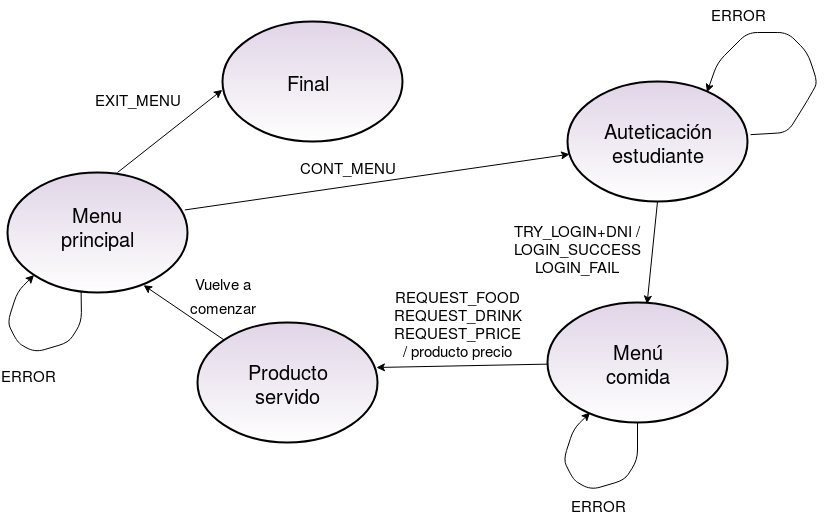
Above: Practica_def/img/diagrama_estados.png in paula1999/FR (draw.io), before the change. Source tidied: cells renumbered, new cells last; positions are measured from the earlier drawing's top-left corner, leaving out a move shared by most shapes. The source it was exported from:
```xml
<mxGraphModel>
  <root>
    <mxCell id="0" />
    <mxCell id="1" parent="0" />
    <mxCell id="2" style="ellipse;whiteSpace=wrap;html=1;strokeWidth=2;fillColor=#e1d5e7;strokeColor=#000000;gradientColor=#ffffff;gradientDirection=south;" parent="1" vertex="1">
      <mxGeometry y="171" width="180" height="120" as="geometry" />
    </mxCell>
    <mxCell id="3" style="ellipse;whiteSpace=wrap;html=1;strokeWidth=2;fillColor=#e1d5e7;strokeColor=#000000;gradientColor=#ffffff;gradientDirection=south;" parent="1" vertex="1">
      <mxGeometry x="215" y="20" width="180" height="120" as="geometry" />
    </mxCell>
    <mxCell id="4" style="ellipse;whiteSpace=wrap;html=1;strokeWidth=2;fillColor=#e1d5e7;strokeColor=#000000;gradientColor=#ffffff;gradientDirection=south;shadow=0;" parent="1" vertex="1">
      <mxGeometry x="560" y="80" width="180" height="120" as="geometry" />
    </mxCell>
    <mxCell id="5" style="ellipse;whiteSpace=wrap;html=1;strokeWidth=2;fillColor=#e1d5e7;strokeColor=#000000;gradientColor=#ffffff;gradientDirection=south;" parent="1" vertex="1">
      <mxGeometry x="190" y="321" width="180" height="120" as="geometry" />
    </mxCell>
    <mxCell id="6" style="ellipse;whiteSpace=wrap;html=1;strokeWidth=2;fillColor=#e1d5e7;strokeColor=#000000;gradientColor=#ffffff;gradientDirection=south;" parent="1" vertex="1">
      <mxGeometry x="540" y="301" width="180" height="120" as="geometry" />
    </mxCell>
    <mxCell id="7" value="&lt;div style=&quot;font-size: 20px&quot;&gt;&lt;font style=&quot;font-size: 20px&quot;&gt;Menu principal&lt;/font&gt;&lt;/div&gt;&lt;div style=&quot;font-size: 20px&quot;&gt;&lt;font style=&quot;font-size: 20px&quot;&gt;&lt;br&gt;&lt;/font&gt;&lt;/div&gt;" style="text;html=1;strokeColor=none;fillColor=none;align=center;verticalAlign=middle;whiteSpace=wrap;rounded=0;shadow=0;fontSize=16;" parent="1" vertex="1">
      <mxGeometry x="70" y="221" width="40" height="30" as="geometry" />
    </mxCell>
    <mxCell id="8" value="&lt;font style=&quot;font-size: 20px&quot;&gt;Final&lt;/font&gt;" style="text;html=1;strokeColor=none;fillColor=none;align=center;verticalAlign=middle;whiteSpace=wrap;rounded=0;shadow=0;fontSize=16;" parent="1" vertex="1">
      <mxGeometry x="280" y="65" width="40" height="30" as="geometry" />
    </mxCell>
    <mxCell id="9" value="Producto servido" style="text;html=1;strokeColor=none;fillColor=none;align=center;verticalAlign=middle;whiteSpace=wrap;rounded=0;shadow=0;fontSize=20;" parent="1" vertex="1">
      <mxGeometry x="260" y="366" width="40" height="30" as="geometry" />
    </mxCell>
    <mxCell id="10" value="Auteticación estudiante" style="text;html=1;strokeColor=none;fillColor=none;align=center;verticalAlign=middle;whiteSpace=wrap;rounded=0;shadow=0;fontSize=20;" parent="1" vertex="1">
      <mxGeometry x="630" y="125" width="40" height="30" as="geometry" />
    </mxCell>
    <mxCell id="11" value="Menú comida" style="text;html=1;strokeColor=none;fillColor=none;align=center;verticalAlign=middle;whiteSpace=wrap;rounded=0;shadow=0;fontSize=20;" parent="1" vertex="1">
      <mxGeometry x="610" y="346" width="40" height="30" as="geometry" />
    </mxCell>
    <mxCell id="12" style="endArrow=classic;startArrow=none;html=1;fontSize=20;entryX=0;entryY=1;entryDx=0;entryDy=0;exitX=0.409;exitY=0.988;exitDx=0;exitDy=0;exitPerimeter=0;verticalAlign=middle;startFill=0;" parent="1" edge="1" source="2" target="2">
      <mxGeometry relative="1" as="geometry">
        <Array as="points">
          <mxPoint x="74" y="321" />
          <mxPoint x="61" y="341" />
          <mxPoint x="27" y="351" />
          <mxPoint x="10" y="341" />
          <mxPoint y="321" />
          <mxPoint x="10" y="290" />
        </Array>
      </mxGeometry>
    </mxCell>
    <mxCell id="13" style="endArrow=classic;startArrow=none;html=1;fontSize=20;entryX=0;entryY=1;entryDx=0;entryDy=0;exitX=0.5;exitY=1;exitDx=0;exitDy=0;exitPerimeter=0;verticalAlign=middle;startFill=0;" parent="1" edge="1" source="6">
      <mxGeometry relative="1" as="geometry">
        <mxPoint x="582.6" y="411.1" as="targetPoint" />
        <Array as="points">
          <mxPoint x="630" y="458.5" />
          <mxPoint x="617" y="478.5" />
          <mxPoint x="583" y="488.5" />
          <mxPoint x="566" y="478.5" />
          <mxPoint x="556" y="458.5" />
          <mxPoint x="566" y="427.5" />
        </Array>
      </mxGeometry>
    </mxCell>
    <mxCell id="14" style="endArrow=classic;startArrow=none;html=1;fontSize=20;entryX=0.775;entryY=0.09;entryDx=0;entryDy=0;exitX=1.017;exitY=0.443;exitDx=0;exitDy=0;exitPerimeter=0;verticalAlign=middle;startFill=0;entryPerimeter=0;" parent="1" edge="1" source="4" target="4">
      <mxGeometry relative="1" as="geometry">
        <Array as="points">
          <mxPoint x="780" y="131" />
          <mxPoint x="800" y="99" />
          <mxPoint x="810" y="81" />
          <mxPoint x="800" y="51" />
          <mxPoint x="780" y="31" />
          <mxPoint x="740" y="31" />
          <mxPoint x="710" y="61" />
        </Array>
      </mxGeometry>
    </mxCell>
    <mxCell id="15" style="endArrow=classic;html=1;fontSize=20;entryX=-0.001;entryY=0.57;entryDx=0;entryDy=0;entryPerimeter=0;" parent="1" edge="1" target="3">
      <mxGeometry relative="1" as="geometry">
        <mxPoint x="110" y="171" as="sourcePoint" />
      </mxGeometry>
    </mxCell>
    <mxCell id="16" style="endArrow=classic;html=1;fontSize=20;exitX=0.985;exitY=0.312;exitDx=0;exitDy=0;exitPerimeter=0;" parent="1" edge="1" source="2" target="4">
      <mxGeometry relative="1" as="geometry" />
    </mxCell>
    <mxCell id="17" style="endArrow=classic;html=1;fontSize=20;entryX=0.553;entryY=0.013;entryDx=0;entryDy=0;entryPerimeter=0;exitX=0.5;exitY=1;exitDx=0;exitDy=0;" parent="1" edge="1" source="4" target="6">
      <mxGeometry relative="1" as="geometry" />
    </mxCell>
    <mxCell id="18" style="endArrow=classic;html=1;fontSize=20;entryX=0.994;entryY=0.375;entryDx=0;entryDy=0;entryPerimeter=0;" parent="1" edge="1" source="6" target="5">
      <mxGeometry relative="1" as="geometry" />
    </mxCell>
    <mxCell id="19" style="endArrow=classic;html=1;fontSize=20;entryX=0.756;entryY=0.939;entryDx=0;entryDy=0;entryPerimeter=0;exitX=0;exitY=0;exitDx=0;exitDy=0;" parent="1" edge="1" source="5" target="2">
      <mxGeometry relative="1" as="geometry" />
    </mxCell>
    <mxCell id="20" value="&lt;font style=&quot;font-size: 15px&quot;&gt;ERROR&lt;/font&gt;" style="text;html=1;strokeColor=none;fillColor=none;align=center;verticalAlign=middle;whiteSpace=wrap;rounded=0;shadow=0;fontSize=20;" parent="1" vertex="1">
      <mxGeometry y="361" width="40" height="20" as="geometry" />
    </mxCell>
    <mxCell id="21" value="&lt;font style=&quot;font-size: 15px&quot;&gt;ERROR&lt;/font&gt;" style="text;html=1;strokeColor=none;fillColor=none;align=center;verticalAlign=middle;whiteSpace=wrap;rounded=0;shadow=0;fontSize=20;" parent="1" vertex="1">
      <mxGeometry x="570" y="491" width="40" height="20" as="geometry" />
    </mxCell>
    <mxCell id="22" value="&lt;font style=&quot;font-size: 15px&quot;&gt;ERROR&lt;/font&gt;" style="text;html=1;strokeColor=none;fillColor=none;align=center;verticalAlign=middle;whiteSpace=wrap;rounded=0;shadow=0;fontSize=20;" parent="1" vertex="1">
      <mxGeometry x="710" width="40" height="20" as="geometry" />
    </mxCell>
    <mxCell id="23" value="&lt;font style=&quot;font-size: 15px&quot;&gt;Vuelve a comenzar&lt;/font&gt;" style="text;html=1;strokeColor=none;fillColor=none;align=center;verticalAlign=middle;whiteSpace=wrap;rounded=0;shadow=0;fontSize=20;" parent="1" vertex="1">
      <mxGeometry x="195" y="281" width="40" height="20" as="geometry" />
    </mxCell>
    <mxCell id="24" value="&lt;font style=&quot;font-size: 15px&quot;&gt;EXIT_MENU&lt;/font&gt;" style="text;html=1;strokeColor=none;fillColor=none;align=center;verticalAlign=middle;whiteSpace=wrap;rounded=0;shadow=0;fontSize=20;" parent="1" vertex="1">
      <mxGeometry x="110" y="85" width="40" height="20" as="geometry" />
    </mxCell>
    <mxCell id="25" value="CONT_MENU" style="text;html=1;strokeColor=none;fillColor=none;align=center;verticalAlign=middle;whiteSpace=wrap;rounded=0;shadow=0;fontSize=15;" parent="1" vertex="1">
      <mxGeometry x="320" y="155" width="40" height="20" as="geometry" />
    </mxCell>
    <mxCell id="26" value="&lt;div&gt;TRY_LOGIN+DNI / LOGIN_SUCCESS&lt;/div&gt;&lt;div&gt;LOGIN_FAIL&lt;br&gt;&lt;/div&gt;" style="text;html=1;strokeColor=none;fillColor=none;align=center;verticalAlign=middle;whiteSpace=wrap;rounded=0;shadow=0;fontSize=15;" parent="1" vertex="1">
      <mxGeometry x="550" y="236" width="40" height="20" as="geometry" />
    </mxCell>
    <mxCell id="27" value="&lt;div&gt;REQUEST_FOOD REQUEST_DRINK&lt;/div&gt;&lt;div&gt;REQUEST_PRICE / producto precio&lt;br&gt;&lt;/div&gt;" style="text;html=1;strokeColor=none;fillColor=none;align=center;verticalAlign=middle;whiteSpace=wrap;rounded=0;shadow=0;fontSize=15;" parent="1" vertex="1">
      <mxGeometry x="430" y="311" width="40" height="20" as="geometry" />
    </mxCell>
  </root>
</mxGraphModel>
```
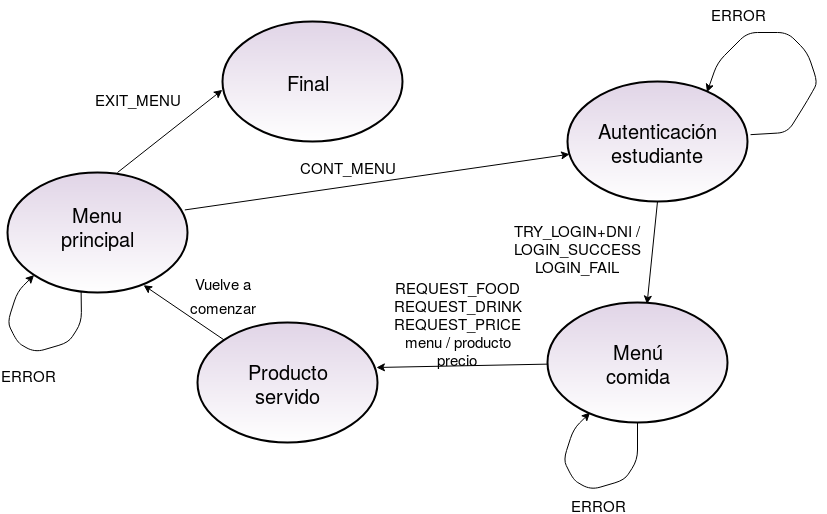
The same file after the commit.

Commit message:
Corregida imagen diagrama estados

What changed in the source:
```diff
@@ -26,7 +26,7 @@
     <mxCell id="9" value="Producto servido" style="text;html=1;strokeColor=none;fillColor=none;align=center;verticalAlign=middle;whiteSpace=wrap;rounded=0;shadow=0;fontSize=20;" parent="1" vertex="1">
       <mxGeometry x="260" y="366" width="40" height="30" as="geometry" />
     </mxCell>
-    <mxCell id="10" value="Auteticación estudiante" style="text;html=1;strokeColor=none;fillColor=none;align=center;verticalAlign=middle;whiteSpace=wrap;rounded=0;shadow=0;fontSize=20;" parent="1" vertex="1">
+    <mxCell id="10" value="Autenticación estudiante" style="text;html=1;strokeColor=none;fillColor=none;align=center;verticalAlign=middle;whiteSpace=wrap;rounded=0;shadow=0;fontSize=20;" parent="1" vertex="1">
       <mxGeometry x="630" y="125" width="40" height="30" as="geometry" />
     </mxCell>
     <mxCell id="11" value="Menú comida" style="text;html=1;strokeColor=none;fillColor=none;align=center;verticalAlign=middle;whiteSpace=wrap;rounded=0;shadow=0;fontSize=20;" parent="1" vertex="1">
@@ -108,7 +108,7 @@
     <mxCell id="26" value="&lt;div&gt;TRY_LOGIN+DNI / LOGIN_SUCCESS&lt;/div&gt;&lt;div&gt;LOGIN_FAIL&lt;br&gt;&lt;/div&gt;" style="text;html=1;strokeColor=none;fillColor=none;align=center;verticalAlign=middle;whiteSpace=wrap;rounded=0;shadow=0;fontSize=15;" parent="1" vertex="1">
       <mxGeometry x="550" y="236" width="40" height="20" as="geometry" />
     </mxCell>
-    <mxCell id="27" value="&lt;div&gt;REQUEST_FOOD REQUEST_DRINK&lt;/div&gt;&lt;div&gt;REQUEST_PRICE / producto precio&lt;br&gt;&lt;/div&gt;" style="text;html=1;strokeColor=none;fillColor=none;align=center;verticalAlign=middle;whiteSpace=wrap;rounded=0;shadow=0;fontSize=15;" parent="1" vertex="1">
+    <mxCell id="27" value="&lt;div&gt;REQUEST_FOOD REQUEST_DRINK&lt;/div&gt;&lt;div&gt;REQUEST_PRICE menu / producto precio&lt;br&gt;&lt;/div&gt;" style="text;html=1;strokeColor=none;fillColor=none;align=center;verticalAlign=middle;whiteSpace=wrap;rounded=0;shadow=0;fontSize=15;" parent="1" vertex="1">
       <mxGeometry x="430" y="311" width="40" height="20" as="geometry" />
     </mxCell>
   </root>
```
